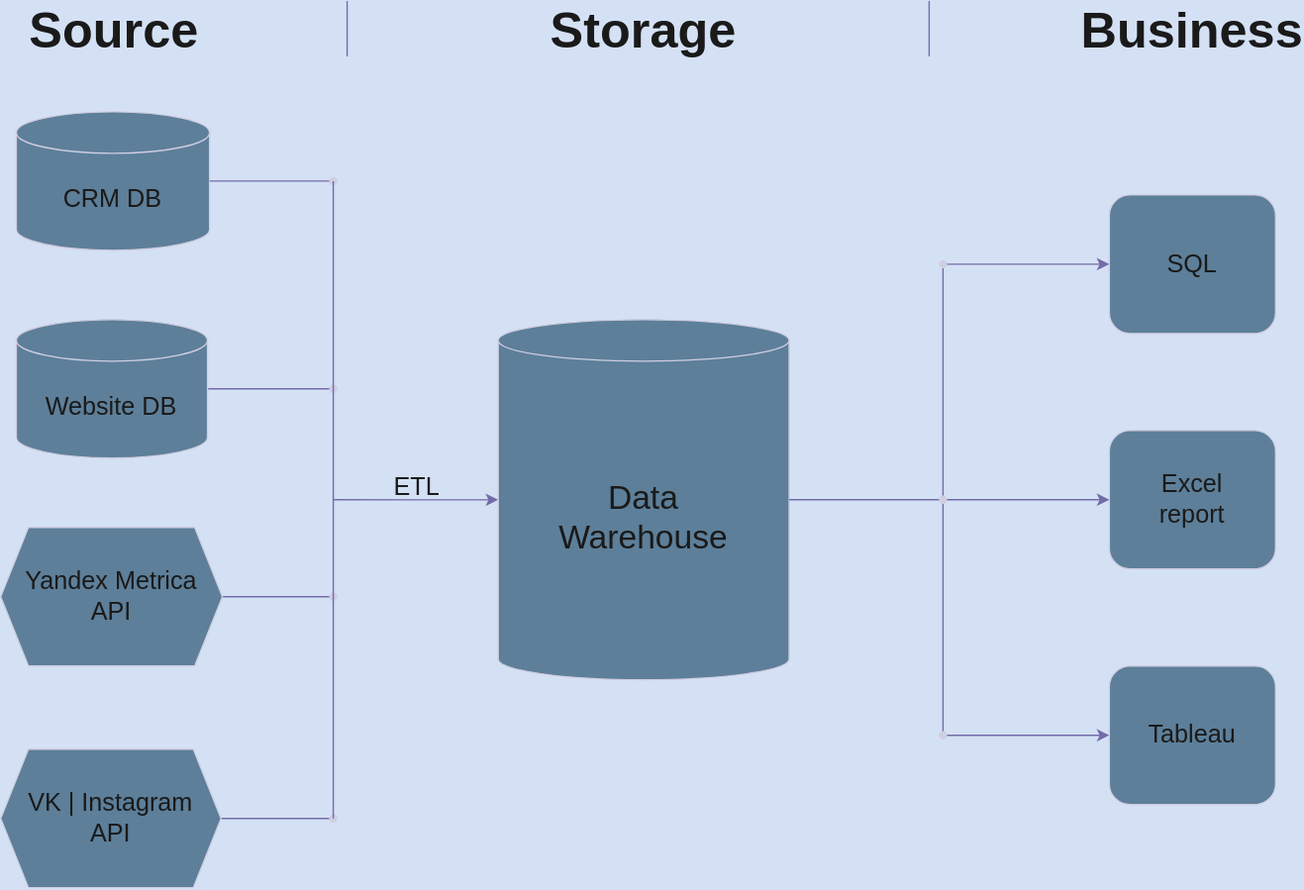
Above: Module 1/Analytic solution architercture.drawio.svg in atsterq/DE-101 (draw.io), before the change. Source tidied: cells renumbered, new cells last; positions are measured from the earlier drawing's top-left corner, leaving out a move shared by most shapes.
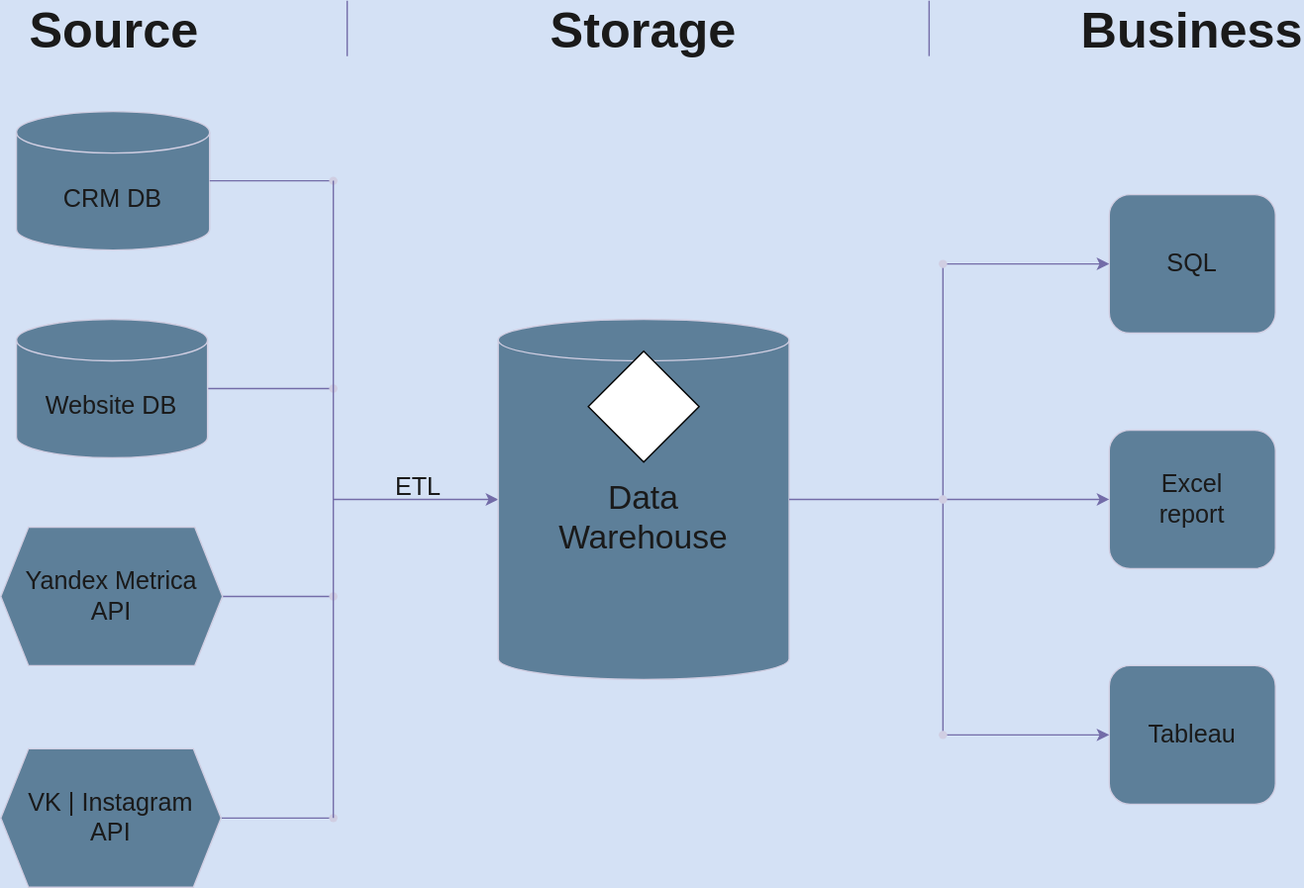
The same diagram one commit later.

What changed in the source:
```diff
@@ -114,5 +114,8 @@
     <mxCell id="34" style="shape=waypoint;sketch=0;fillStyle=solid;size=6;points=[];fillColor=none;perimeter=centerPerimeter;snapToPoint=1;labelBackgroundColor=none;strokeColor=#D0CEE2;fontColor=#1A1A1A;" parent="1" vertex="1">
       <mxGeometry x="670" y="520" width="20" height="20" as="geometry" />
     </mxCell>
+    <mxCell id="35" style="rhombus;whiteSpace=wrap;html=1;" parent="1" vertex="1">
+      <mxGeometry x="424" y="253" width="80" height="80" as="geometry" />
+    </mxCell>
   </root>
 </mxGraphModel>
```
